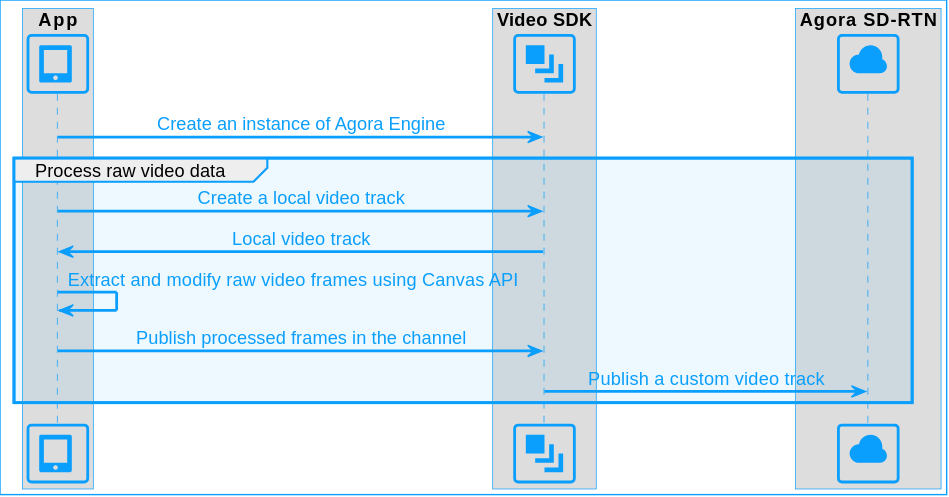
Before: assets/images/video-sdk/process-raw-video-web.svg, a diagram exported from PlantUML (AgoraIO/Docs-Source).
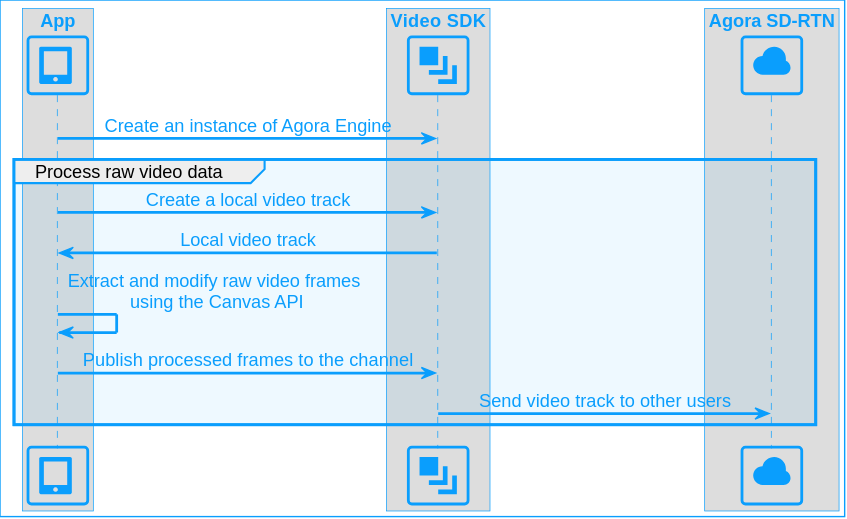
The same diagram one commit later.

What changed in the source:
```diff
@@ -18,8 +18,8 @@
 group Process raw video data
 APP -> SDK: Create a local video track
 SDK -> APP: Local video track
-APP -> APP: Extract and modify raw video frames using Canvas API
-APP -> SDK: Publish processed frames in the channel
-SDK -> RTN: Publish a custom video track
+APP -> APP: Extract and modify raw video frames\n using the Canvas API
+APP -> SDK: Publish processed frames to the channel
+SDK -> RTN: Send video track to other users
 end
 @enduml
```
